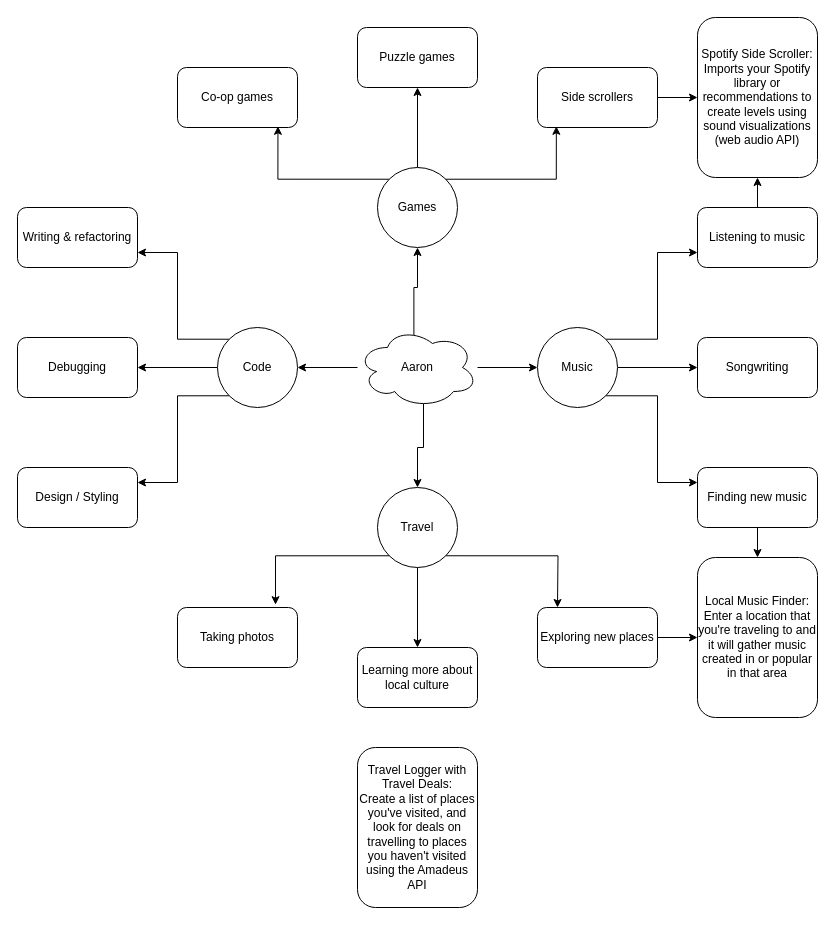
The draw.io diagram Capstone Planning.drawio in mejia-dev/epicodus-capstone-planning, before the edit. Source tidied: cells renumbered, new cells numbered last; positions are measured from the earlier drawing's top-left corner, leaving out a move shared by most shapes. Both pictures are drawn from the tidied source at 100%, with x=0, y=0 at pixel (17, 17).
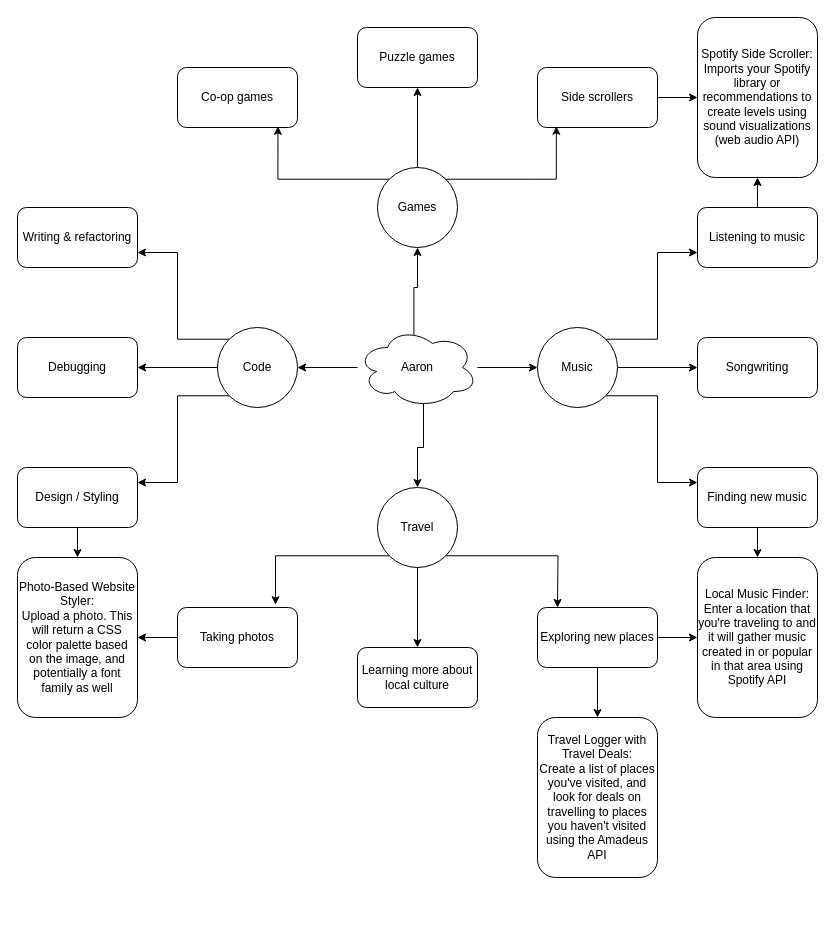
The same page after the edit.

Commit message:
Finalize idea board

The change refers to these unchanged cells:
```xml
<mxCell id="20" value="Taking photos" style="rounded=1;whiteSpace=wrap;html=1;" parent="1" vertex="1">
  <mxGeometry x="160" y="590" width="120" height="60" as="geometry" />
</mxCell>
<mxCell id="23" value="Exploring new places" style="rounded=1;whiteSpace=wrap;html=1;" parent="1" vertex="1">
  <mxGeometry x="520" y="590" width="120" height="60" as="geometry" />
</mxCell>
<mxCell id="31" value="Design / Styling" style="rounded=1;whiteSpace=wrap;html=1;" parent="1" vertex="1">
  <mxGeometry y="450" width="120" height="60" as="geometry" />
</mxCell>
```

Change to the diagram source:
```diff
@@
+    <mxCell id="42" style="edgeStyle=orthogonalEdgeStyle;rounded=0;jettySize=auto;html=1;" parent="1" edge="1" source="20" target="45">
+      <mxGeometry relative="1" as="geometry" />
+    </mxCell>
@@
+    <mxCell id="43" style="edgeStyle=orthogonalEdgeStyle;rounded=0;jettySize=auto;html=1;" parent="1" edge="1" source="23" target="41">
+      <mxGeometry relative="1" as="geometry" />
+    </mxCell>
@@
+    <mxCell id="44" style="edgeStyle=orthogonalEdgeStyle;rounded=0;jettySize=auto;html=1;" parent="1" edge="1" source="31" target="45">
+      <mxGeometry relative="1" as="geometry" />
+    </mxCell>
@@
-    <mxCell id="40" value="Local Music Finder:&lt;br&gt;Enter a location that you're traveling to and it will gather music created in or popular in that area" style="rounded=1;whiteSpace=wrap;html=1;" parent="1" vertex="1">
+    <mxCell id="40" value="Local Music Finder:&lt;br&gt;Enter a location that you're traveling to and it will gather music created in or popular in that area using Spotify API" style="rounded=1;whiteSpace=wrap;html=1;" parent="1" vertex="1">
       <mxGeometry x="680" y="540" width="120" height="160" as="geometry" />
     </mxCell>
     <mxCell id="41" value="Travel Logger with Travel Deals:&lt;br&gt;Create a list of places you've visited, and look for deals on travelling to places you haven't visited using the Amadeus API" style="rounded=1;whiteSpace=wrap;html=1;" parent="1" vertex="1">
-      <mxGeometry x="340" y="730" width="120" height="160" as="geometry" />
+      <mxGeometry x="520" y="700" width="120" height="160" as="geometry" />
     </mxCell>
+    <mxCell id="45" value="Photo-Based Website Styler:&lt;br&gt;Upload a photo. This will return a CSS color palette based on the image, and potentially a font family as well" style="rounded=1;whiteSpace=wrap;html=1;" parent="1" vertex="1">
+      <mxGeometry y="540" width="120" height="160" as="geometry" />
+    </mxCell>
```
